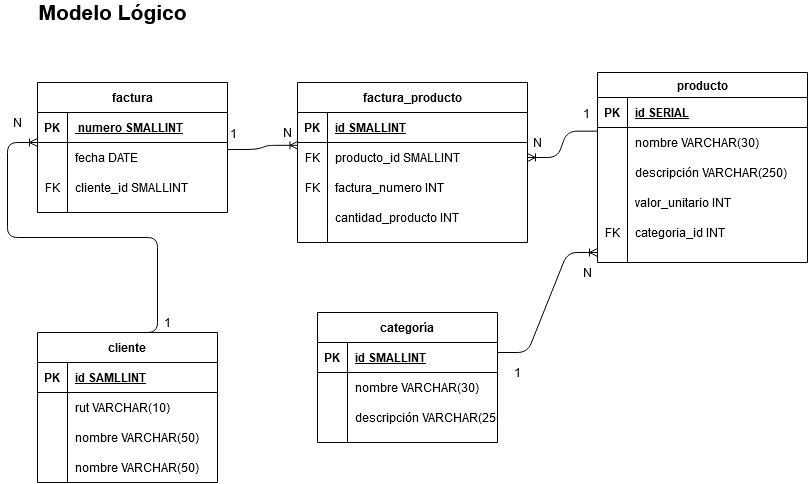
This is prueba_sql.png from gilibethvega/prueba_sql, a draw.io export, as it was before one commit. Source tidied: cells renumbered, new cells last; positions are measured from the earlier drawing's top-left corner, leaving out a move shared by most shapes.
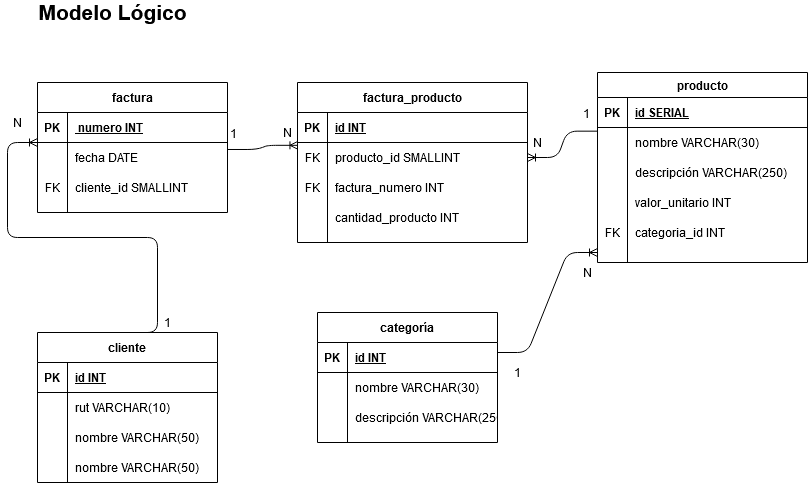
Later version of the same file.

The edit, as a diff of the source:
```diff
@@ -14,7 +14,7 @@
     <mxCell id="5" value="PK" style="shape=partialRectangle;fillColor=none;top=0;left=0;bottom=0;right=0;fontStyle=1;overflow=hidden;" parent="4" vertex="1">
       <mxGeometry width="30" height="30" as="geometry" />
     </mxCell>
-    <mxCell id="6" value=" numero SMALLINT" style="shape=partialRectangle;fillColor=none;top=0;left=0;bottom=0;right=0;align=left;spacingLeft=6;fontStyle=5;overflow=hidden;" parent="4" vertex="1">
+    <mxCell id="6" value=" numero INT" style="shape=partialRectangle;fillColor=none;top=0;left=0;bottom=0;right=0;align=left;spacingLeft=6;fontStyle=5;overflow=hidden;" parent="4" vertex="1">
       <mxGeometry x="30" width="160" height="30" as="geometry" />
     </mxCell>
     <mxCell id="7" style="shape=partialRectangle;fillColor=none;top=0;left=0;bottom=0;right=0;points=[[0,0.5],[1,0.5]];portConstraint=eastwest;" parent="3" vertex="1">
@@ -44,7 +44,7 @@
     <mxCell id="15" value="PK" style="shape=partialRectangle;fillColor=none;top=0;left=0;bottom=0;right=0;fontStyle=1;overflow=hidden;" parent="14" vertex="1">
       <mxGeometry width="30" height="30" as="geometry" />
     </mxCell>
-    <mxCell id="16" value="id SAMLLINT" style="shape=partialRectangle;fillColor=none;top=0;left=0;bottom=0;right=0;align=left;spacingLeft=6;fontStyle=5;overflow=hidden;" parent="14" vertex="1">
+    <mxCell id="16" value="id INT" style="shape=partialRectangle;fillColor=none;top=0;left=0;bottom=0;right=0;align=left;spacingLeft=6;fontStyle=5;overflow=hidden;" parent="14" vertex="1">
       <mxGeometry x="30" width="150" height="30" as="geometry" />
     </mxCell>
     <mxCell id="17" style="shape=partialRectangle;fillColor=none;top=0;left=0;bottom=0;right=0;" parent="13" vertex="1">
@@ -74,7 +74,7 @@
     <mxCell id="25" value="PK" style="shape=partialRectangle;fillColor=none;top=0;left=0;bottom=0;right=0;fontStyle=1;overflow=hidden;" parent="24" vertex="1">
       <mxGeometry width="30" height="30" as="geometry" />
     </mxCell>
-    <mxCell id="26" value="id SMALLINT" style="shape=partialRectangle;fillColor=none;top=0;left=0;bottom=0;right=0;align=left;spacingLeft=6;fontStyle=5;overflow=hidden;" parent="24" vertex="1">
+    <mxCell id="26" value="id INT" style="shape=partialRectangle;fillColor=none;top=0;left=0;bottom=0;right=0;align=left;spacingLeft=6;fontStyle=5;overflow=hidden;" parent="24" vertex="1">
       <mxGeometry x="30" width="150" height="30" as="geometry" />
     </mxCell>
     <mxCell id="27" style="shape=partialRectangle;fillColor=none;top=0;left=0;bottom=0;right=0;" parent="23" vertex="1">
@@ -152,7 +152,7 @@
     <mxCell id="51" value="PK" style="shape=partialRectangle;fillColor=none;top=0;left=0;bottom=0;right=0;fontStyle=1;overflow=hidden;" parent="50" vertex="1">
       <mxGeometry width="30" height="30" as="geometry" />
     </mxCell>
-    <mxCell id="52" value="id SMALLINT" style="shape=partialRectangle;fillColor=none;top=0;left=0;bottom=0;right=0;align=left;spacingLeft=6;fontStyle=5;overflow=hidden;" parent="50" vertex="1">
+    <mxCell id="52" value="id INT" style="shape=partialRectangle;fillColor=none;top=0;left=0;bottom=0;right=0;align=left;spacingLeft=6;fontStyle=5;overflow=hidden;" parent="50" vertex="1">
       <mxGeometry x="30" width="200" height="30" as="geometry" />
     </mxCell>
     <mxCell id="53" style="shape=partialRectangle;fillColor=none;top=0;left=0;bottom=0;right=0;points=[[0,0.5],[1,0.5]];portConstraint=eastwest;" parent="49" vertex="1">
```
